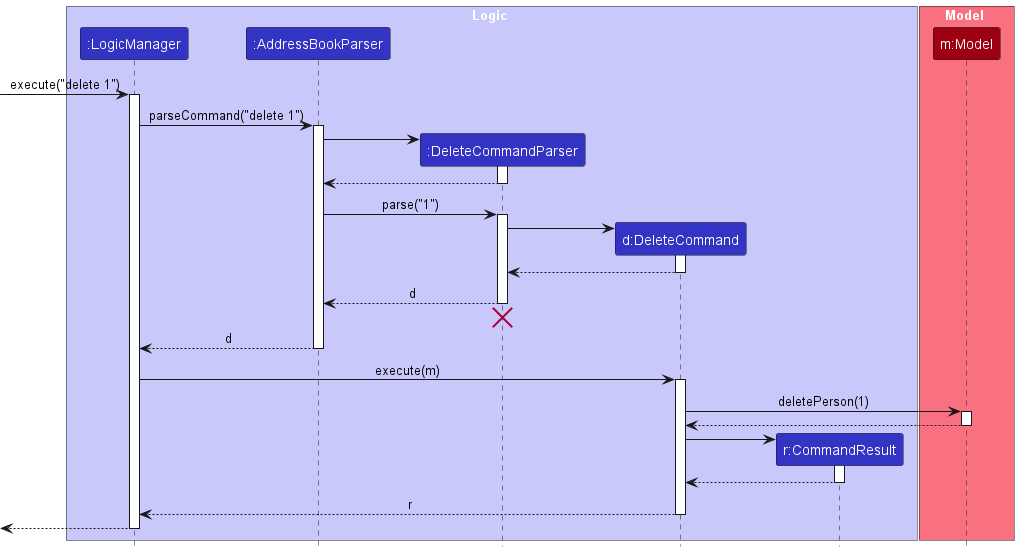
Before: docs/images/DeleteSequenceDiagram.png, a diagram exported from PlantUML (nus-cs2103-AY2324S2/tp).
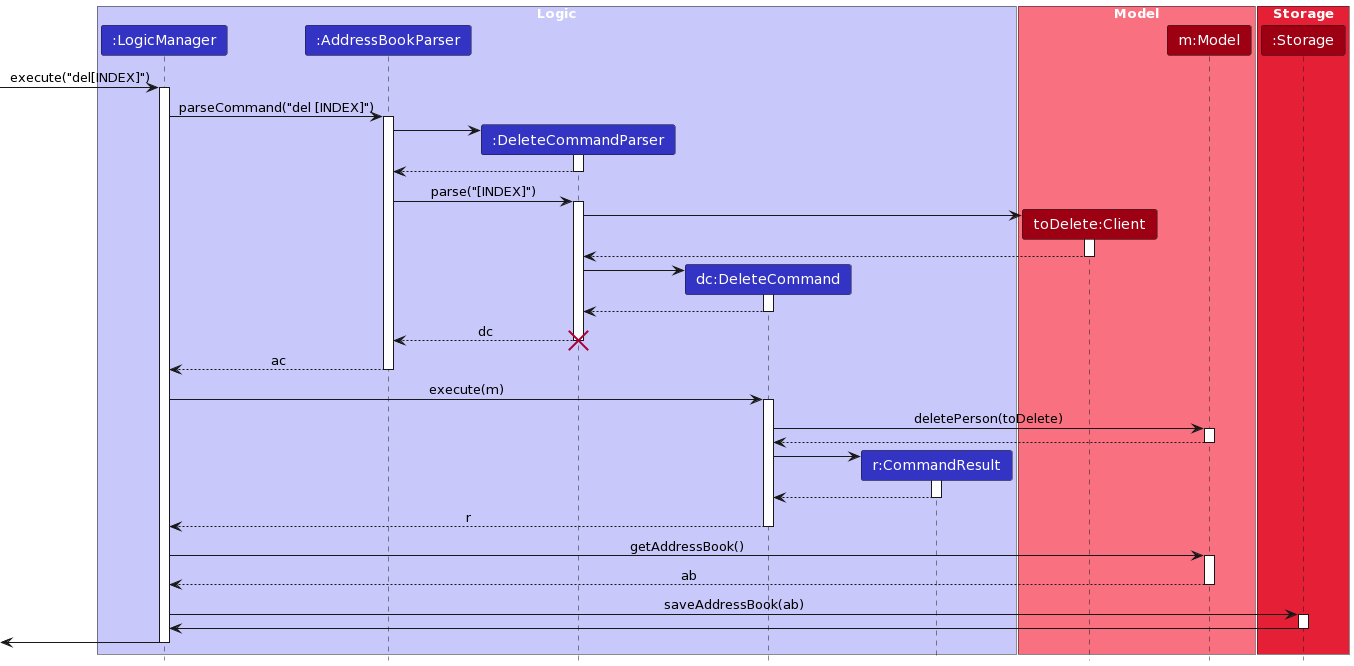
The same diagram one commit later.

Commit message:
Add UML diagrams

Change to the diagram source:
```diff
@@ -1,69 +1,63 @@
 @startuml
-!include style.puml
 skinparam ArrowFontStyle plain
-
-box Logic LOGIC_COLOR_T1
-participant ":LogicManager" as LogicManager LOGIC_COLOR
-participant ":AddressBookParser" as AddressBookParser LOGIC_COLOR
-participant ":DeleteCommandParser" as DeleteCommandParser LOGIC_COLOR
-participant "d:DeleteCommand" as DeleteCommand LOGIC_COLOR
-participant "r:CommandResult" as CommandResult LOGIC_COLOR
+hide footbox
+skinparam sequenceMessageAlign center
+box "<color #white> Logic </color>" #C8C8FA
+participant "<color #white> :LogicManager </color>" as LM #3333C4
+participant "<color #white> :AddressBookParser </color>" as ABP #3333C4
+participant "<color #white> :DeleteCommandParser </color>" as DCP #3333C4
+participant "<color #white> dc:DeleteCommand </color>" as dc #3333C4
+participant "<color #white> r:CommandResult </color>" as r #3333C4
 end box
 
-box Model MODEL_COLOR_T1
-participant "m:Model" as Model MODEL_COLOR
+box "<color #white> Model </color>" #F97181
+participant "<color #white> toDelete:Client </color>" as tD #9D0012
+participant "<color #white> m:Model </color>" as m #9D0012
 end box
 
-[-> LogicManager : execute("delete 1")
-activate LogicManager
+box "<color #white> Storage </color>" #E41F36
+participant "<color #white> :Storage </color>" as S #9D0012
+end box
 
-LogicManager -> AddressBookParser : parseCommand("delete 1")
-activate AddressBookParser
+[-> LM: execute("del[INDEX]")
+activate LM
+LM -> ABP : parseCommand("del [INDEX]")
+activate ABP
+create DCP
+ABP -> DCP ++
+DCP --> ABP --
+ABP -> DCP : parse("[INDEX]")
+activate DCP
 
-create DeleteCommandParser
-AddressBookParser -> DeleteCommandParser
-activate DeleteCommandParser
+create tD
+DCP -> tD ++
+tD --> DCP --
 
-DeleteCommandParser --> AddressBookParser
-deactivate DeleteCommandParser
+create dc
+DCP -> dc ++
+dc --> DCP --
+DCP --> ABP : dc
+deactivate DCP
+destroy DCP
 
-AddressBookParser -> DeleteCommandParser : parse("1")
-activate DeleteCommandParser
+ABP --> LM : ac
+deactivate ABP
 
-create DeleteCommand
-DeleteCommandParser -> DeleteCommand
-activate DeleteCommand
+LM -> dc : execute(m)
+activate dc
+dc -> m ++ : deletePerson(toDelete)
+m --> dc --
 
-DeleteCommand --> DeleteCommandParser :
-deactivate DeleteCommand
+create r
+dc -> r ++
+r --> dc --
+dc --> LM -- : r
 
-DeleteCommandParser --> AddressBookParser : d
-deactivate DeleteCommandParser
-DeleteCommandParser -[hidden]-> AddressBookParser
-destroy DeleteCommandParser
+LM -> m ++ : getAddressBook()
+m --> LM -- : ab
 
-AddressBookParser --> LogicManager : d
-deactivate AddressBookParser
+LM -> S ++ : saveAddressBook(ab)
+S -> LM --
 
-LogicManager -> DeleteCommand : execute(m)
-activate DeleteCommand
-
-DeleteCommand -> Model : deletePerson(1)
-activate Model
-
-Model --> DeleteCommand
-deactivate Model
-
-create CommandResult
-DeleteCommand -> CommandResult
-activate CommandResult
-
-CommandResult --> DeleteCommand
-deactivate CommandResult
-
-DeleteCommand --> LogicManager : r
-deactivate DeleteCommand
-
-[<--LogicManager
-deactivate LogicManager
+[<- LM --
 @enduml
```
